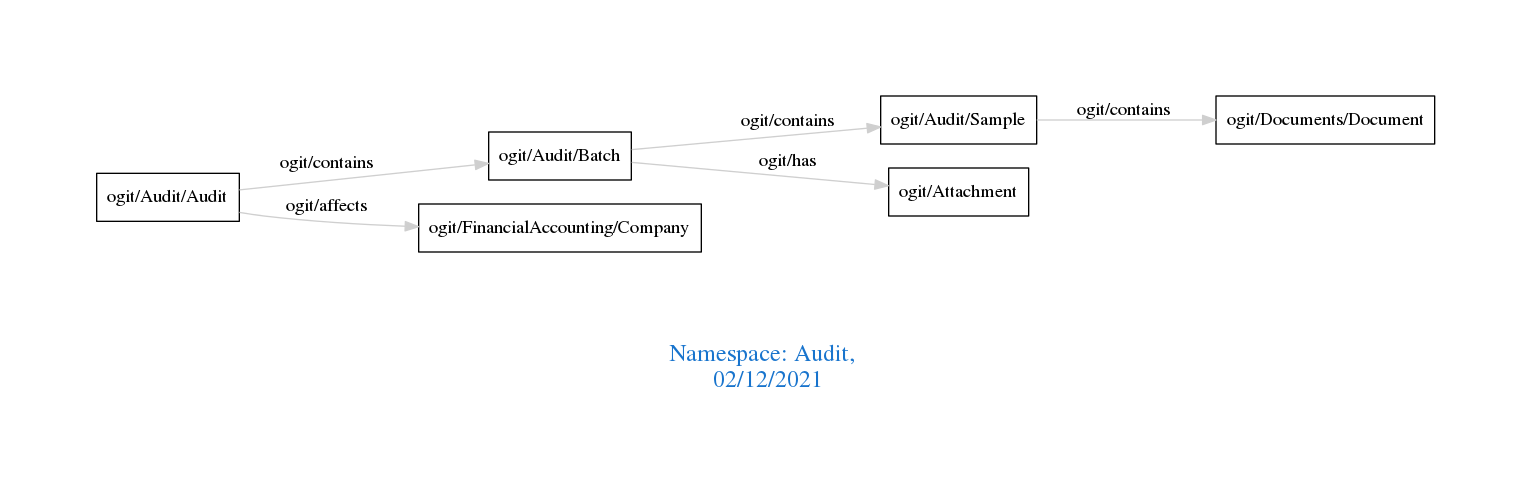
This is downloads/Audit.png from arago/OGIT, a Graphviz export, as it was before one commit. Its source is kept beside it as downloads/Audit.dot.
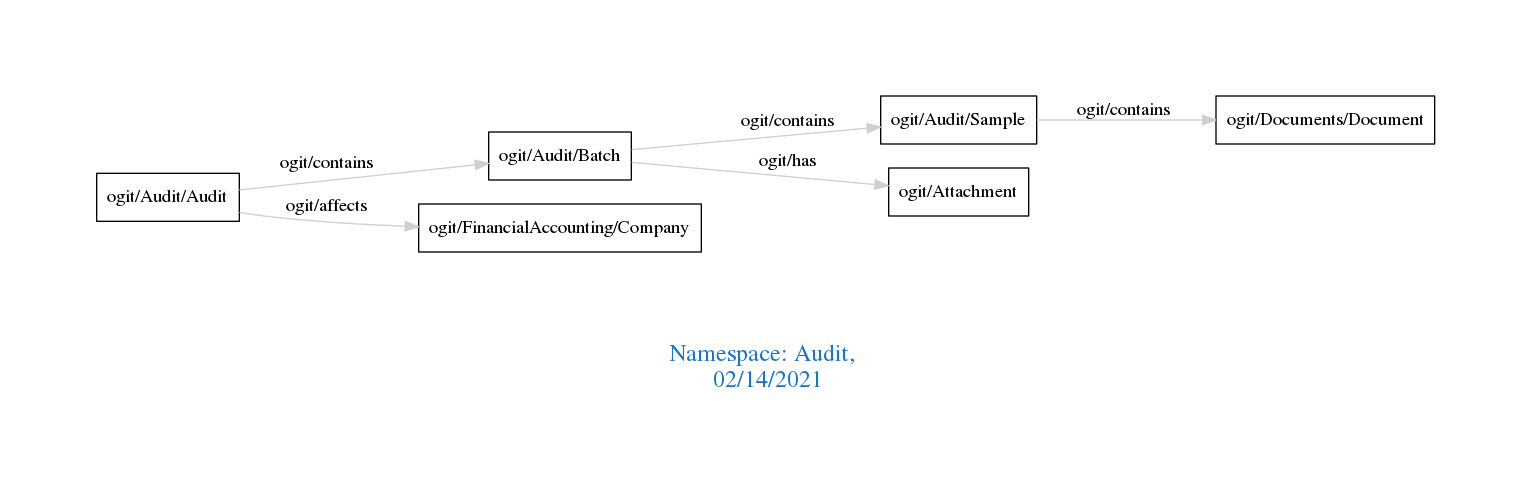
The same file after the commit.

Diff of the diagram source:
```diff
@@ -1,7 +1,7 @@
 digraph OGIT_ontology {
  graph [ rankdir= LR,pad=1
 fontsize = 18,
-fontcolor= dodgerblue3,label = "\n\n\nNamespace: Audit, \n 02/12/2021"];
+fontcolor= dodgerblue3,label = "\n\n\nNamespace: Audit, \n 02/14/2021"];
 node[shape=polygon];
 edge [  color="gray81"];
 
```
